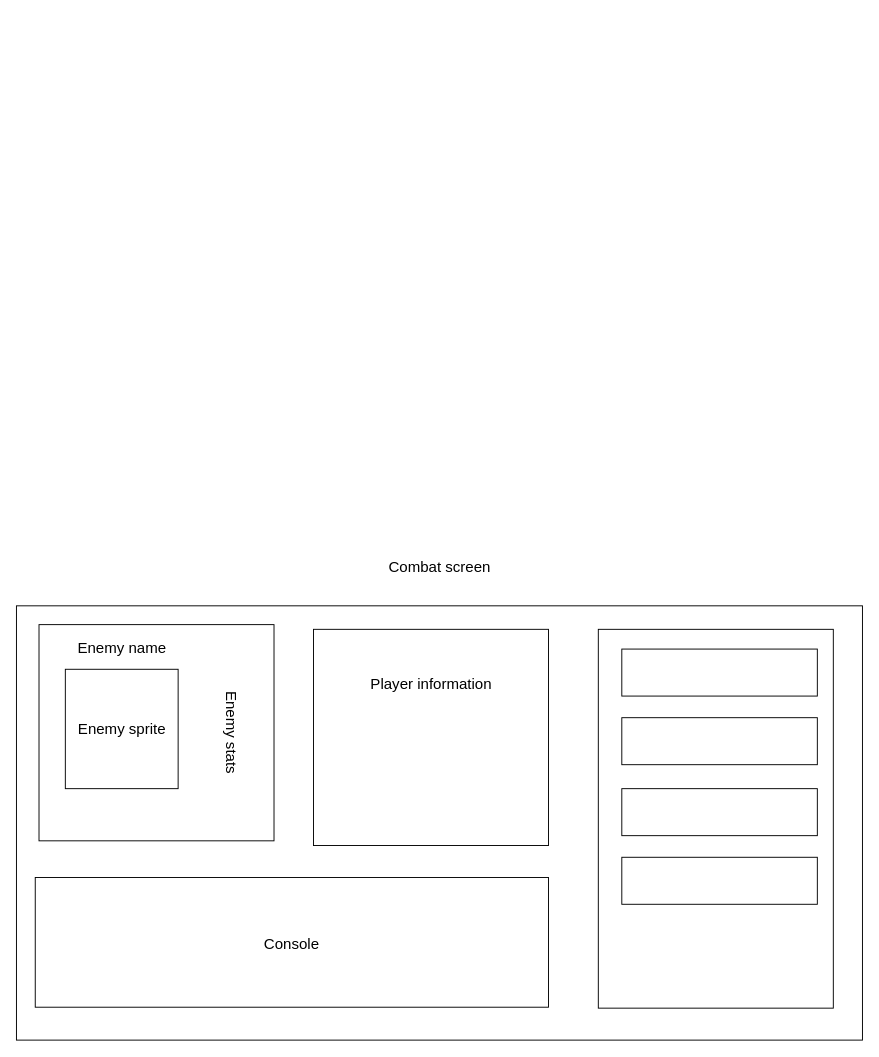
braticpetar/portal-kombat keeps this draw.io diagram as Untitled Diagram.drawio. Above is the earlier version. Source tidied: cells renumbered, new cells numbered last; positions are measured from the earlier drawing's top-left corner, leaving out a move shared by most shapes. Both pictures are drawn from the tidied source at 94%, with x=0, y=0 at pixel (16, 535).
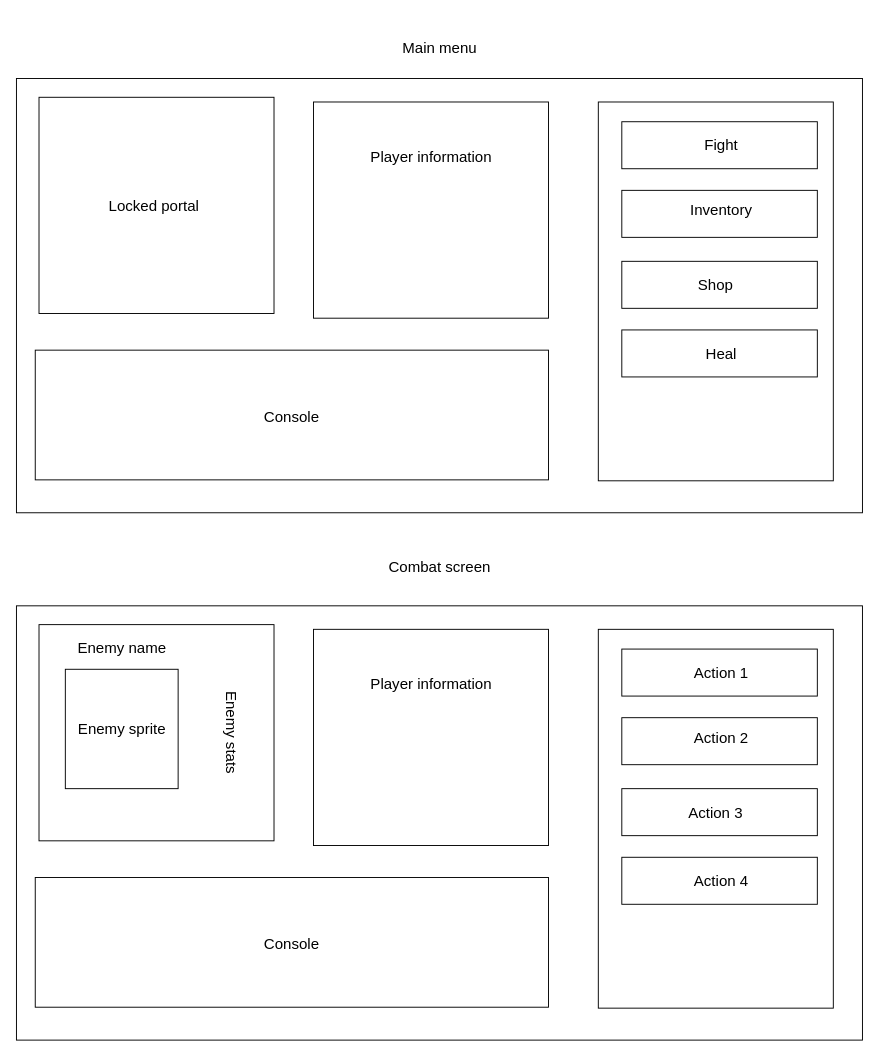
After the change.

Change to the diagram source:
```diff
@@
+    <mxCell id="18" value="Action 1" style="text;strokeColor=none;fillColor=none;html=1;align=center;verticalAlign=middle;whiteSpace=wrap;rounded=0;fontSize=16;" parent="1" vertex="1">
+      <mxGeometry x="720" y="131" width="60" height="30" as="geometry" />
+    </mxCell>
+    <mxCell id="19" value="Action 2" style="text;strokeColor=none;fillColor=none;html=1;align=center;verticalAlign=middle;whiteSpace=wrap;rounded=0;fontSize=16;" parent="1" vertex="1">
+      <mxGeometry x="720" y="200" width="60" height="30" as="geometry" />
+    </mxCell>
+    <mxCell id="20" value="Action 3" style="text;strokeColor=none;fillColor=none;html=1;align=center;verticalAlign=middle;whiteSpace=wrap;rounded=0;fontSize=16;" parent="1" vertex="1">
+      <mxGeometry x="714" y="279.5" width="60" height="30" as="geometry" />
+    </mxCell>
+    <mxCell id="21" value="Action 4" style="text;strokeColor=none;fillColor=none;html=1;align=center;verticalAlign=middle;whiteSpace=wrap;rounded=0;fontSize=16;" parent="1" vertex="1">
+      <mxGeometry x="720" y="352.5" width="60" height="30" as="geometry" />
+    </mxCell>
+    <mxCell id="22" value="Main menu" style="text;strokeColor=none;fillColor=none;html=1;align=center;verticalAlign=middle;whiteSpace=wrap;rounded=0;fontSize=16;" parent="1" vertex="1">
+      <mxGeometry x="368.8" y="-552" width="162.5" height="66" as="geometry" />
+    </mxCell>
+    <mxCell id="23" style="rounded=0;whiteSpace=wrap;html=1;" parent="1" vertex="1">
+      <mxGeometry y="-486" width="900" height="462" as="geometry" />
+    </mxCell>
+    <mxCell id="24" style="rounded=0;whiteSpace=wrap;html=1;" parent="1" vertex="1">
+      <mxGeometry x="24" y="-466" width="250" height="230" as="geometry" />
+    </mxCell>
+    <mxCell id="25" value="&lt;div&gt;Locked portal&lt;/div&gt;" style="text;strokeColor=none;fillColor=none;html=1;align=center;verticalAlign=middle;whiteSpace=wrap;rounded=0;fontSize=16;" parent="1" vertex="1">
+      <mxGeometry x="95" y="-368.5" width="103" height="35" as="geometry" />
+    </mxCell>
+    <mxCell id="26" style="rounded=0;whiteSpace=wrap;html=1;" parent="1" vertex="1">
+      <mxGeometry x="20" y="-197" width="546" height="138" as="geometry" />
+    </mxCell>
+    <mxCell id="27" value="Console" style="text;strokeColor=none;fillColor=none;html=1;align=center;verticalAlign=middle;whiteSpace=wrap;rounded=0;fontSize=16;" parent="1" vertex="1">
+      <mxGeometry x="263" y="-141" width="60" height="30" as="geometry" />
+    </mxCell>
+    <mxCell id="28" style="rounded=0;whiteSpace=wrap;html=1;" parent="1" vertex="1">
+      <mxGeometry x="316" y="-461" width="250" height="230" as="geometry" />
+    </mxCell>
+    <mxCell id="29" value="Player information" style="text;strokeColor=none;fillColor=none;html=1;align=center;verticalAlign=middle;whiteSpace=wrap;rounded=0;fontSize=16;" parent="1" vertex="1">
+      <mxGeometry x="367.5" y="-418.5" width="147" height="30" as="geometry" />
+    </mxCell>
+    <mxCell id="30" style="rounded=0;whiteSpace=wrap;html=1;" parent="1" vertex="1">
+      <mxGeometry x="619" y="-461" width="250" height="403" as="geometry" />
+    </mxCell>
+    <mxCell id="31" style="rounded=0;whiteSpace=wrap;html=1;" parent="1" vertex="1">
+      <mxGeometry x="644" y="-440" width="208" height="50" as="geometry" />
+    </mxCell>
+    <mxCell id="32" style="rounded=0;whiteSpace=wrap;html=1;" parent="1" vertex="1">
+      <mxGeometry x="644" y="-367" width="208" height="50" as="geometry" />
+    </mxCell>
+    <mxCell id="33" style="rounded=0;whiteSpace=wrap;html=1;" parent="1" vertex="1">
+      <mxGeometry x="644" y="-291.5" width="208" height="50" as="geometry" />
+    </mxCell>
+    <mxCell id="34" style="rounded=0;whiteSpace=wrap;html=1;" parent="1" vertex="1">
+      <mxGeometry x="644" y="-218.5" width="208" height="50" as="geometry" />
+    </mxCell>
+    <mxCell id="35" value="Fight" style="text;strokeColor=none;fillColor=none;html=1;align=center;verticalAlign=middle;whiteSpace=wrap;rounded=0;fontSize=16;" parent="1" vertex="1">
+      <mxGeometry x="720" y="-430" width="60" height="30" as="geometry" />
+    </mxCell>
+    <mxCell id="36" value="Inventory" style="text;strokeColor=none;fillColor=none;html=1;align=center;verticalAlign=middle;whiteSpace=wrap;rounded=0;fontSize=16;" parent="1" vertex="1">
+      <mxGeometry x="720" y="-361" width="60" height="30" as="geometry" />
+    </mxCell>
+    <mxCell id="37" value="Shop" style="text;strokeColor=none;fillColor=none;html=1;align=center;verticalAlign=middle;whiteSpace=wrap;rounded=0;fontSize=16;" parent="1" vertex="1">
+      <mxGeometry x="714" y="-281.5" width="60" height="30" as="geometry" />
+    </mxCell>
+    <mxCell id="38" value="Heal" style="text;strokeColor=none;fillColor=none;html=1;align=center;verticalAlign=middle;whiteSpace=wrap;rounded=0;fontSize=16;" parent="1" vertex="1">
+      <mxGeometry x="720" y="-208.5" width="60" height="30" as="geometry" />
+    </mxCell>
```
